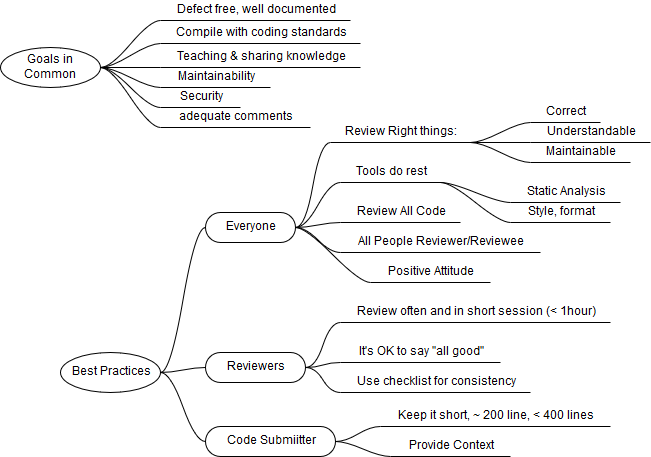
Above: coder/images/codereview.png in kevin-wang-cy/ibala (draw.io), before the change. Source tidied: cells renumbered, new cells last; positions are measured from the earlier drawing's top-left corner, leaving out a move shared by most shapes.
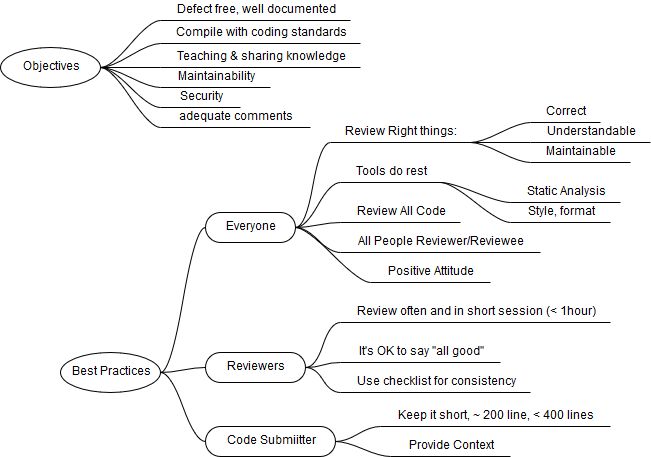
The same diagram one commit later.

What changed in the source:
```diff
@@ -113,7 +113,7 @@
     <mxCell id="38" style="edgeStyle=entityRelationEdgeStyle;startArrow=none;endArrow=none;segment=10;curved=1;exitX=1;exitY=0.5;" parent="1" edge="1" source="33" target="37">
       <mxGeometry relative="1" as="geometry" />
     </mxCell>
-    <mxCell id="39" value="Goals in Common" style="ellipse;whiteSpace=wrap;html=1;align=center;" parent="1" vertex="1">
+    <mxCell id="39" value="Objectives" style="ellipse;whiteSpace=wrap;html=1;align=center;" parent="1" vertex="1">
       <mxGeometry y="47" width="100" height="40" as="geometry" />
     </mxCell>
     <mxCell id="40" value="Defect free, well documented " style="whiteSpace=wrap;html=1;shape=partialRectangle;top=0;left=0;bottom=1;right=0;points=[[0,1],[1,1]];strokeColor=#000000;fillColor=none;align=center;verticalAlign=bottom;routingCenterY=0.5;snapToPoint=1;" parent="1" vertex="1">
```
